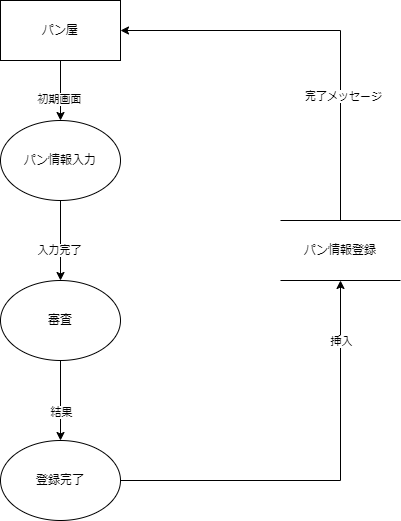
This is DFD/パン情報登録.drawio.png from Pyama1013/Sotsu.Gamen, a draw.io export, as it was before one commit. Source tidied: cells renumbered, new cells last; positions are measured from the earlier drawing's top-left corner, leaving out a move shared by most shapes.
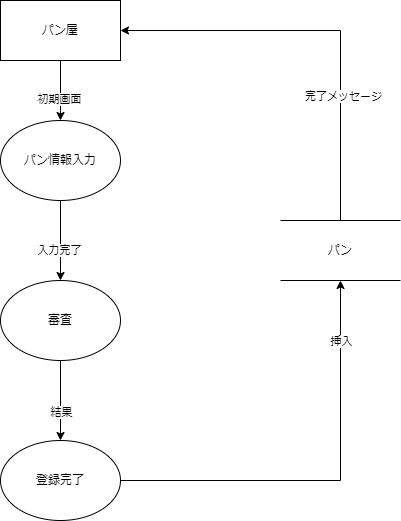
The same diagram one commit later.

Commit message:
パン情報登録.drawio.png を更新します

Change to the diagram source:
```diff
@@ -55,7 +55,7 @@
     <mxCell id="15" value="登録完了" style="ellipse;whiteSpace=wrap;html=1;" parent="1" vertex="1">
       <mxGeometry y="440" width="120" height="80" as="geometry" />
     </mxCell>
-    <mxCell id="16" value="パン情報登録" style="shape=partialRectangle;whiteSpace=wrap;html=1;left=0;right=0;fillColor=none;" parent="1" vertex="1">
+    <mxCell id="16" value="パン" style="shape=partialRectangle;whiteSpace=wrap;html=1;left=0;right=0;fillColor=none;" parent="1" vertex="1">
       <mxGeometry x="280" y="220" width="120" height="60" as="geometry" />
     </mxCell>
   </root>
```
